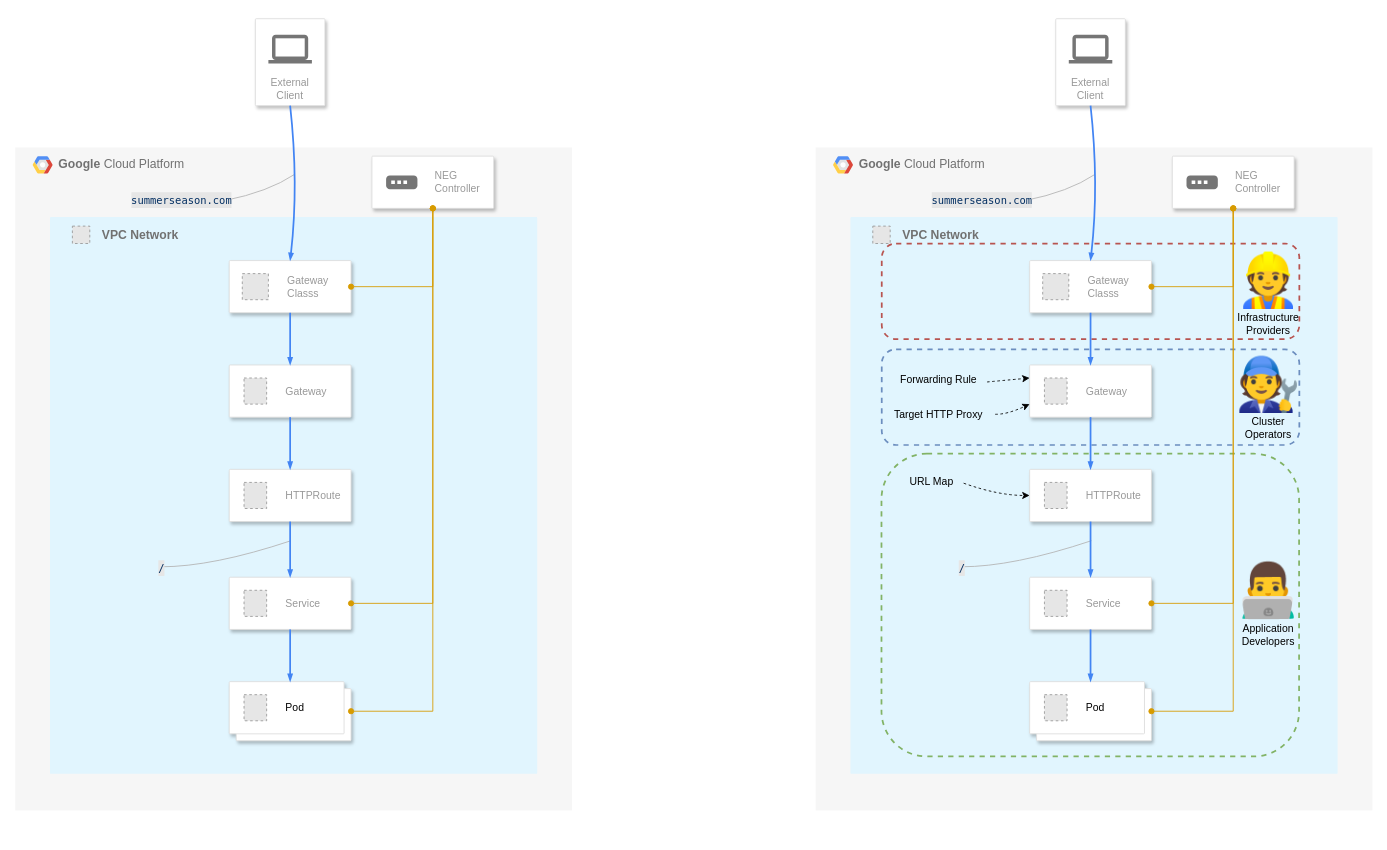
Above: page "gateway2" (6 of 9) of map.drawio in cyokozai/k8sLB (draw.io), before the change. Source tidied: cells renumbered, new cells numbered last; positions are measured from the earlier drawing's top-left corner, leaving out a move shared by most shapes. Both pictures are drawn from the tidied source at 87%, with x=0, y=0 at pixel (15, 18). Pictures stored in the file or linked from it are replaced by grey dashed boxes.
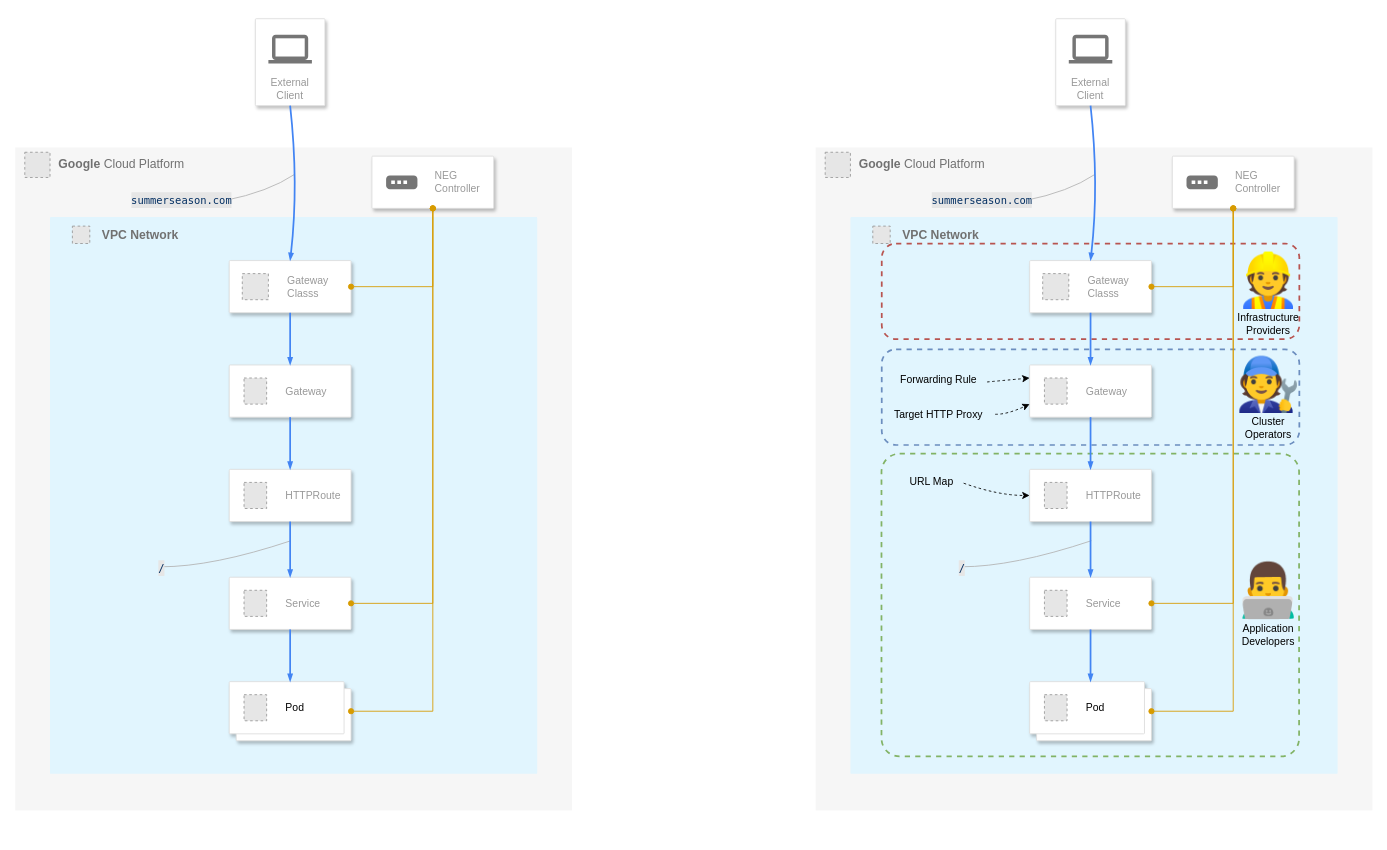
After the change.

The change refers to these unchanged cells:
```xml
<mxCell id="38" style="group;" parent="1" vertex="1">
  <mxGeometry x="960" y="228" width="560" height="710" as="geometry" />
</mxCell>
```

What changed in the source:
```diff
@@
-    <mxCell id="34" style="shape=mxgraph.gcp2.google_cloud_platform;fillColor=#F6F6F6;strokeColor=none;shadow=0;gradientColor=none;" parent="1" vertex="1">
-      <mxGeometry x="20" y="158" width="23" height="20" as="geometry">
-        <mxPoint x="20" y="10" as="offset" />
-      </mxGeometry>
-    </mxCell>
@@
-    <mxCell id="59" style="rounded=1;whiteSpace=wrap;html=1;fillColor=none;strokeColor=#82b366;dashed=1;strokeWidth=2;" parent="38" vertex="1">
+    <mxCell id="59" style="rounded=1;whiteSpace=wrap;html=1;fillColor=none;strokeColor=#82b366;dashed=1;strokeWidth=2;arcSize=6;" parent="38" vertex="1">
       <mxGeometry x="35.7" y="272" width="480" height="348" as="geometry" />
     </mxCell>
@@
-    <mxCell id="78" style="shape=mxgraph.gcp2.google_cloud_platform;fillColor=#F6F6F6;strokeColor=none;shadow=0;gradientColor=none;" parent="1" vertex="1">
-      <mxGeometry x="940" y="158" width="23" height="20" as="geometry">
-        <mxPoint x="20" y="10" as="offset" />
-      </mxGeometry>
-    </mxCell>
@@
+    <mxCell id="84" style="fillColor=#E6E6E6;strokeColor=#999999;dashed=1;verticalLabelPosition=bottom;labelBackgroundColor=default;verticalAlign=top;" parent="1" vertex="1">
+      <mxGeometry x="931" y="153.5" width="29" height="29" as="geometry" />
+    </mxCell>
+    <mxCell id="85" style="fillColor=#E6E6E6;strokeColor=#999999;dashed=1;verticalLabelPosition=bottom;labelBackgroundColor=default;verticalAlign=top;" parent="1" vertex="1">
+      <mxGeometry x="11" y="153.5" width="29" height="29" as="geometry" />
+    </mxCell>
```
